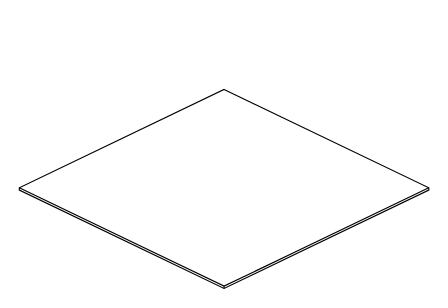
The draw.io diagram Imagine.drawio in noomdatayoung/datayoungcom, before the edit. Source tidied: cells renumbered, new cells numbered last; positions are measured from the earlier drawing's top-left corner, leaving out a move shared by most shapes. Both pictures are drawn from the tidied source at 117%, with x=0, y=0 at pixel (19, 89).
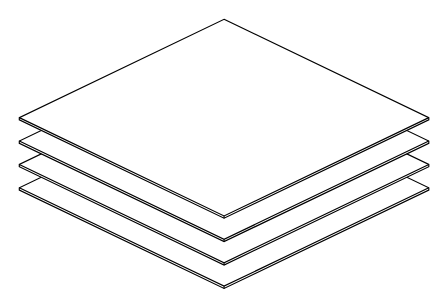
Above is the later version.

Diff of the diagram source:
```diff
@@
 <mxGraphModel>
   <root>
     <mxCell id="0" />
     <mxCell id="1" parent="0" />
     <mxCell id="2" style="html=1;whiteSpace=wrap;shape=isoCube2;backgroundOutline=1;isoAngle=15;" parent="1" vertex="1">
       <mxGeometry width="350" height="170" as="geometry" />
     </mxCell>
+    <mxCell id="3" style="html=1;whiteSpace=wrap;shape=isoCube2;backgroundOutline=1;isoAngle=15;" parent="1" vertex="1">
+      <mxGeometry y="-20" width="350" height="170" as="geometry" />
+    </mxCell>
+    <mxCell id="4" style="html=1;whiteSpace=wrap;shape=isoCube2;backgroundOutline=1;isoAngle=15;" parent="1" vertex="1">
+      <mxGeometry y="-40" width="350" height="170" as="geometry" />
+    </mxCell>
+    <mxCell id="5" style="html=1;whiteSpace=wrap;shape=isoCube2;backgroundOutline=1;isoAngle=15;" parent="1" vertex="1">
+      <mxGeometry y="-60" width="350" height="170" as="geometry" />
+    </mxCell>
   </root>
 </mxGraphModel>
```
